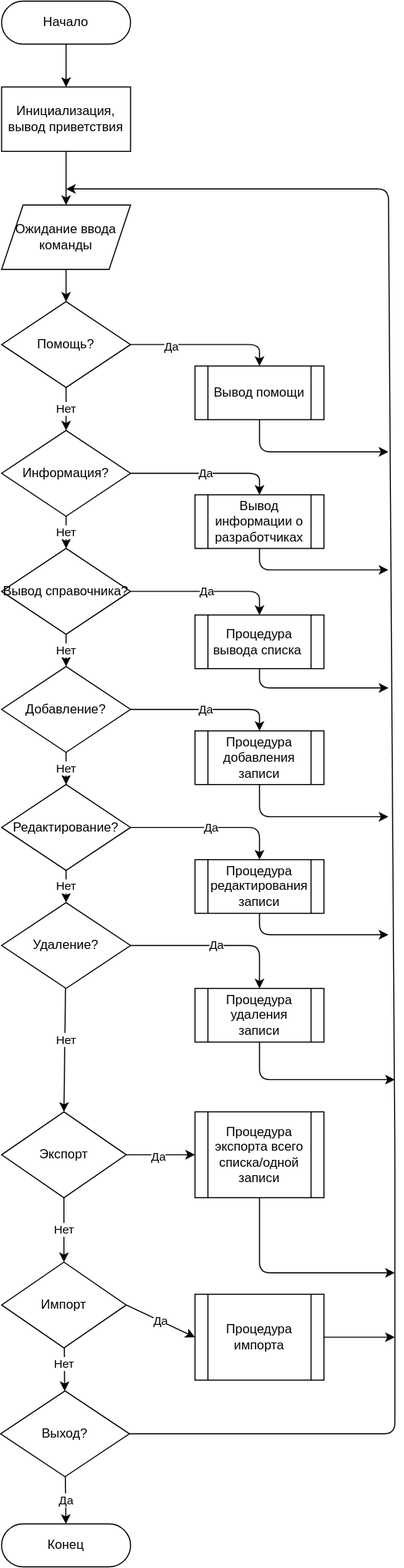
This is flowchar.drawio.svg from igor-rodin/phone_book, a draw.io export, as it was before one commit. Source tidied: cells renumbered, new cells last; positions are measured from the earlier drawing's top-left corner, leaving out a move shared by most shapes.
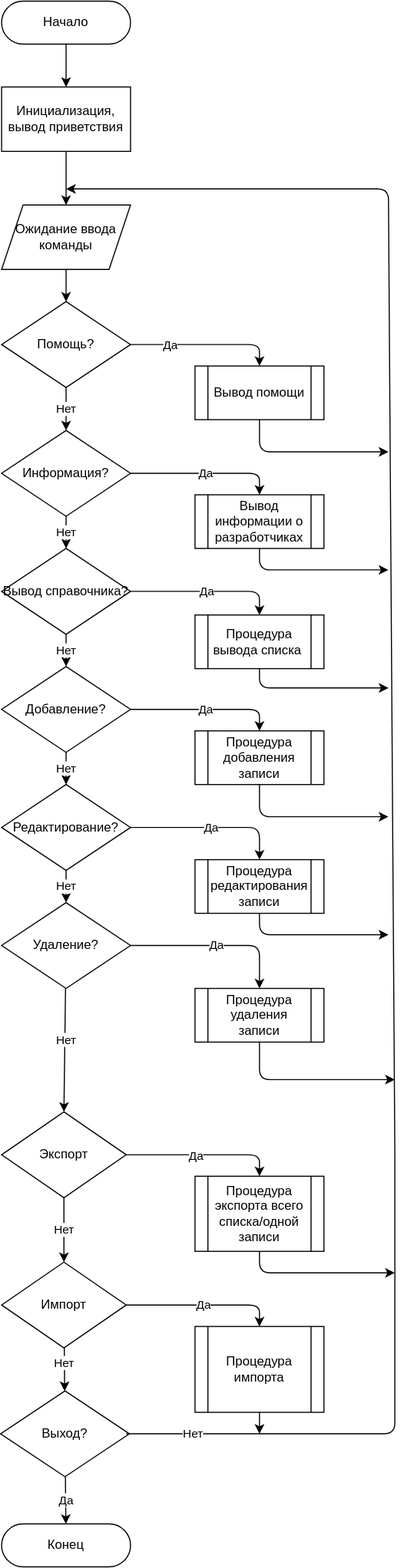
The same file after the commit.

The edit, as a diff of the source:
```diff
@@ -179,8 +179,9 @@
     <mxCell id="42" value="Вывод помощи" style="shape=process;whiteSpace=wrap;html=1;backgroundOutline=1;" parent="1" vertex="1">
       <mxGeometry x="181" y="340" width="120" height="50" as="geometry" />
     </mxCell>
-    <mxCell id="43" style="endArrow=classic;html=1;exitX=1;exitY=0.5;exitDx=0;exitDy=0;" parent="1" edge="1" source="29">
+    <mxCell id="43" style="endArrow=classic;html=1;" parent="1" edge="1">
       <mxGeometry relative="1" as="geometry">
+        <mxPoint x="241" y="1335" as="sourcePoint" />
         <mxPoint x="61" y="175" as="targetPoint" />
         <Array as="points">
           <mxPoint x="367" y="1335" />
@@ -192,8 +193,12 @@
     <mxCell id="44" value="Нет" style="edgeStyle=none;html=1;" parent="1" edge="1" source="47" target="51">
       <mxGeometry relative="1" as="geometry" />
     </mxCell>
-    <mxCell id="45" style="edgeStyle=none;html=1;entryX=0;entryY=0.5;entryDx=0;entryDy=0;" parent="1" edge="1" source="47" target="53">
-      <mxGeometry relative="1" as="geometry" />
+    <mxCell id="45" style="edgeStyle=none;html=1;entryX=0.5;entryY=0;entryDx=0;entryDy=0;" parent="1" edge="1" source="47" target="53">
+      <mxGeometry relative="1" as="geometry">
+        <Array as="points">
+          <mxPoint x="241" y="1075" />
+        </Array>
+      </mxGeometry>
     </mxCell>
     <mxCell id="46" value="Да" style="edgeLabel;html=1;align=center;verticalAlign=middle;" parent="45" vertex="1">
       <mxGeometry x="-0.09" y="-1" relative="1" as="geometry" />
@@ -207,8 +212,12 @@
     <mxCell id="49" value="Нет" style="edgeLabel;html=1;align=center;verticalAlign=middle;" parent="48" vertex="1">
       <mxGeometry x="-0.28" y="-1" relative="1" as="geometry" />
     </mxCell>
-    <mxCell id="50" value="Да" style="edgeStyle=none;html=1;entryX=0;entryY=0.5;entryDx=0;entryDy=0;exitX=1;exitY=0.5;exitDx=0;exitDy=0;" parent="1" edge="1" source="51" target="55">
-      <mxGeometry relative="1" as="geometry" />
+    <mxCell id="50" value="Да" style="edgeStyle=none;html=1;entryX=0.5;entryY=0;entryDx=0;entryDy=0;exitX=1;exitY=0.5;exitDx=0;exitDy=0;" parent="1" edge="1" source="51" target="55">
+      <mxGeometry relative="1" as="geometry">
+        <Array as="points">
+          <mxPoint x="241" y="1215" />
+        </Array>
+      </mxGeometry>
     </mxCell>
     <mxCell id="51" value="Импорт" style="rhombus;whiteSpace=wrap;html=1;" parent="1" vertex="1">
       <mxGeometry x="1" y="1175" width="116" height="80" as="geometry" />
@@ -222,15 +231,20 @@
       </mxGeometry>
     </mxCell>
     <mxCell id="53" value="Процедура экспорта всего списка/одной записи" style="shape=process;whiteSpace=wrap;html=1;backgroundOutline=1;" parent="1" vertex="1">
-      <mxGeometry x="181" y="1035" width="120" height="80" as="geometry" />
+      <mxGeometry x="181" y="1095" width="120" height="70" as="geometry" />
     </mxCell>
-    <mxCell id="54" style="edgeStyle=none;html=1;exitX=1;exitY=0.5;exitDx=0;exitDy=0;" parent="1" edge="1" source="55">
+    <mxCell id="54" style="edgeStyle=none;html=1;exitX=0.5;exitY=1;exitDx=0;exitDy=0;" parent="1" edge="1" source="55">
       <mxGeometry relative="1" as="geometry">
-        <mxPoint x="367" y="1245" as="targetPoint" />
+        <mxPoint x="241" y="1335" as="targetPoint" />
       </mxGeometry>
     </mxCell>
     <mxCell id="55" value="Процедура импорта" style="shape=process;whiteSpace=wrap;html=1;backgroundOutline=1;" parent="1" vertex="1">
-      <mxGeometry x="181" y="1205" width="120" height="80" as="geometry" />
+      <mxGeometry x="181" y="1235" width="120" height="80" as="geometry" />
     </mxCell>
+    <mxCell id="56" value="Нет" style="endArrow=none;html=1;exitX=0.975;exitY=0.5;exitDx=0;exitDy=0;exitPerimeter=0;" parent="1" edge="1" source="29">
+      <mxGeometry relative="1" as="geometry">
+        <mxPoint x="242" y="1335" as="targetPoint" />
+      </mxGeometry>
+    </mxCell>
   </root>
 </mxGraphModel>
```
